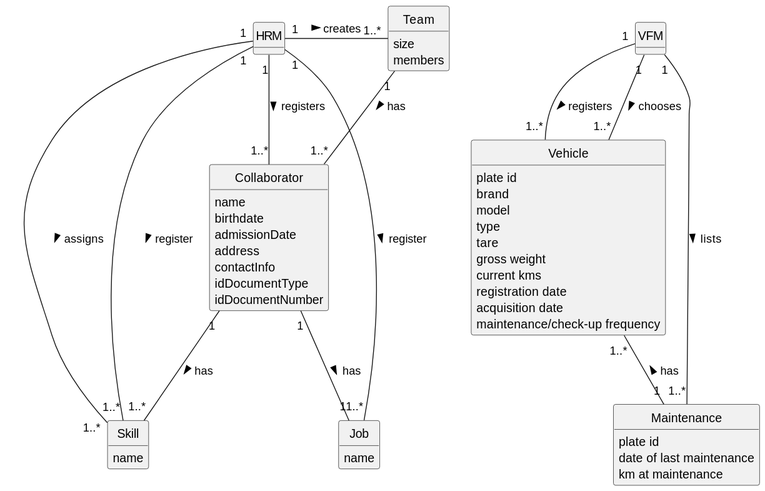
Above: docs/sprintC/global-artifacts/02.analysis/svg/project-domain-model.svg in diogoveirospro/lei-24-s2-1dg-g072 (PlantUML), before the change. Source of this version:
```plantuml
@startuml
skinparam monochrome true
skinparam packageStyle rectangle
skinparam shadowing false
skinparam classAttributeIconSize 0
hide circle
hide methods


class HRM {

}

class Skill {
    name
}
class Job {
    name
}


class Team {
    size
    members

}

class Collaborator {
    name
    birthdate
    admissionDate
    address
    contactInfo
    idDocumentType
    idDocumentNumber
}



class Vehicle{
    plate id
    brand
    model
    type
    tare
    gross weight
    current kms
    registration date
    acquisition date
    maintenance/check-up frequency
}

class VFM {

}

class Maintenance {
    plate id
    date of last maintenance
    km at maintenance
}


HRM "1" -- "1..*" Skill: register >

HRM "1" - "1..*" Job : register >

HRM "1" - "1..*" Collaborator : registers >

HRM "1" - "1..*" Skill : assigns >
Collaborator "1" -- "1..*" Skill : has >

HRM "1" - "1..*" Team : creates >
Collaborator "1" -- "1" Job: has >
Team "1" -- "1..*" Collaborator: has >


VFM "1" -- "1..*" Vehicle: registers >

VFM "1"-- "1..*" Vehicle: chooses >

VFM "1" -- "1..*" Maintenance: lists >
Vehicle "1..*" -- "1" Maintenance: has <
@enduml
```
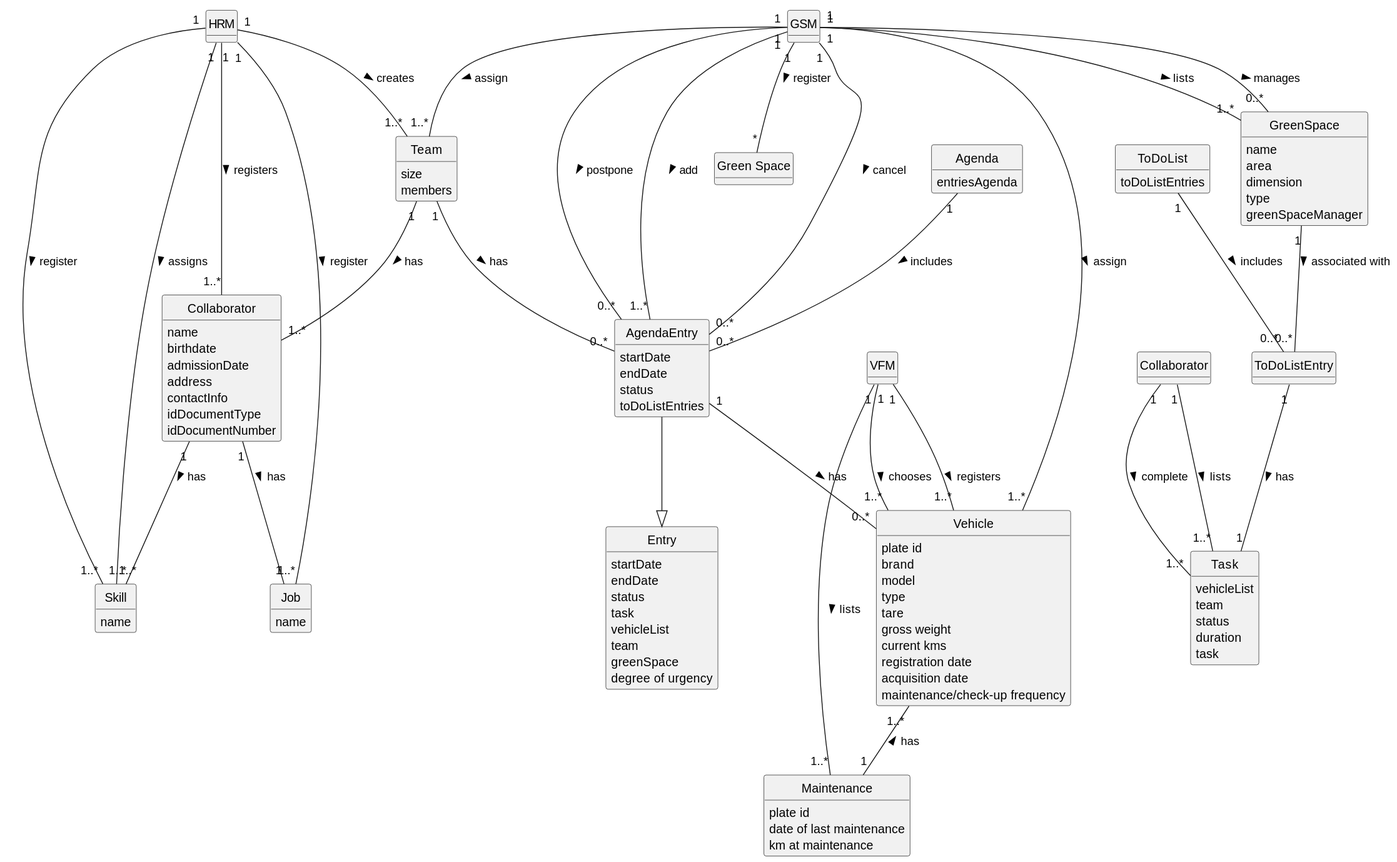
The same diagram one commit later.

The edit, as a diff of the source:
```diff
@@ -60,17 +60,62 @@
     km at maintenance
 }
 
+class GSM{
+
+}
+class "Collaborator" as Col {
+
+}
+class GreenSpace{
+    name
+    area
+    dimension
+    type
+    greenSpaceManager
+}
+class Task{
+    vehicleList
+    team
+    status
+    duration
+    task
+}
+class ToDoList{
+    toDoListEntries
+}
+class AgendaEntry{
+    startDate
+    endDate
+    status
+    toDoListEntries
+}
+class Entry {
+    startDate
+    endDate
+    status
+    task
+    vehicleList
+    team
+    greenSpace
+    degree of urgency
+}
+class Agenda{
+    entriesAgenda
+}
+
+
+
 
 HRM "1" -- "1..*" Skill: register >
 
-HRM "1" - "1..*" Job : register >
+HRM "1" -- "1..*" Job : register >
 
-HRM "1" - "1..*" Collaborator : registers >
+HRM "1" -- "1..*" Collaborator : registers >
 
-HRM "1" - "1..*" Skill : assigns >
+HRM "1" -- "1..*" Skill : assigns >
 Collaborator "1" -- "1..*" Skill : has >
 
-HRM "1" - "1..*" Team : creates >
+HRM "1" -- "1..*" Team : creates >
 Collaborator "1" -- "1" Job: has >
 Team "1" -- "1..*" Collaborator: has >
 
@@ -81,4 +126,30 @@
 
 VFM "1" -- "1..*" Maintenance: lists >
 Vehicle "1..*" -- "1" Maintenance: has <
+
+"GSM" "1" -- "*" "Green Space" : register >
+
+GSM "1" -- "0..*" GreenSpace : manages >
+GreenSpace "1" -- "0..*" ToDoListEntry : associated with >
+ToDoListEntry "1" -- "1" Task: has >
+ToDoList "1" -- "0..*" ToDoListEntry : includes >
+Agenda "1" -- "0..*" AgendaEntry : includes >
+GSM "1" -- "1..*" AgendaEntry : add >
+
+GSM "1" -- "1..*" Team : assign >
+Team "1" -- "0..*" AgendaEntry : has >
+
+AgendaEntry --|> Entry
+GSM "1" -- "0..*" AgendaEntry : postpone >
+
+GSM "1" -- "0..*" AgendaEntry : cancel >
+
+GSM "1" -- "1..*" Vehicle : assign >
+AgendaEntry "1" -- "0..*" Vehicle : has >
+
+GSM "1" -- "1..*" GreenSpace: lists >
+
+Col "1" -- "1..*" Task: lists >
+
+Col "1"-- "   1..*" Task: complete >
 @enduml
```
